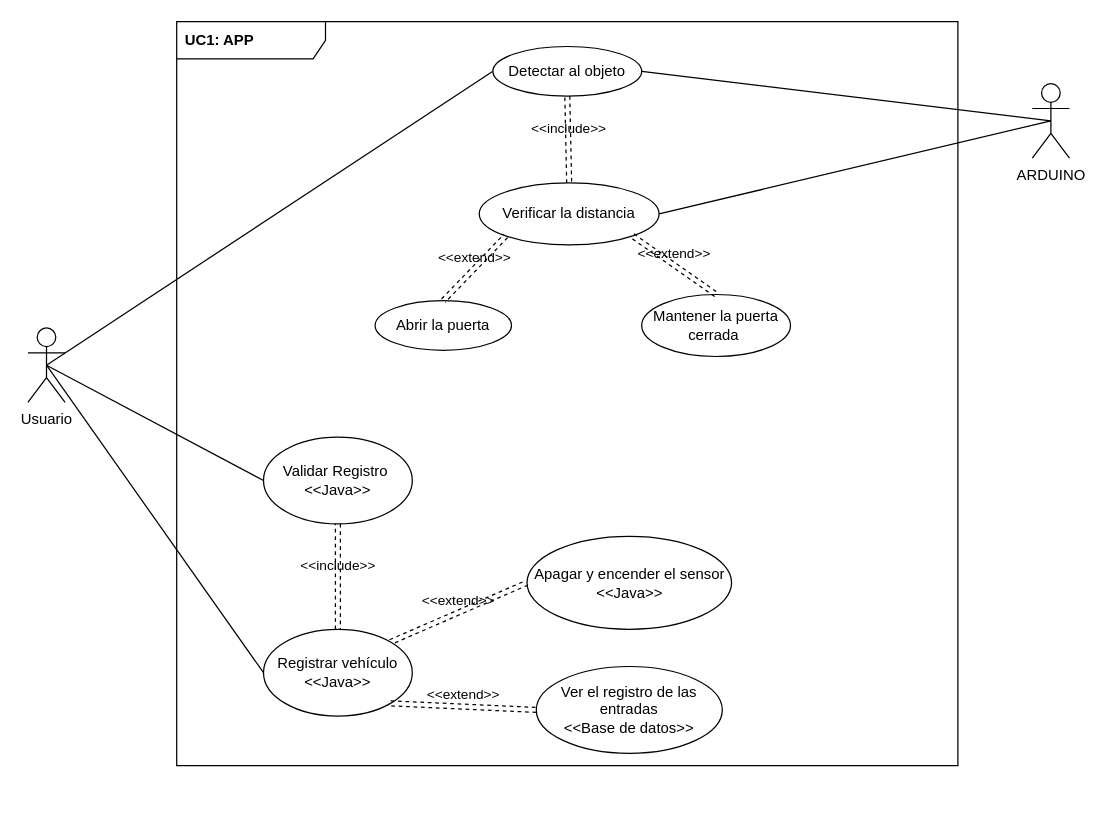
BrandonFreire/ProyectoBimestre keeps this draw.io diagram as lib/UC1.drawio. Above is the earlier version. Source tidied: cells renumbered, new cells numbered last; positions are measured from the earlier drawing's top-left corner, leaving out a move shared by most shapes. Both pictures are drawn from the tidied source at 124%, with x=0, y=0 at pixel (27, 21).
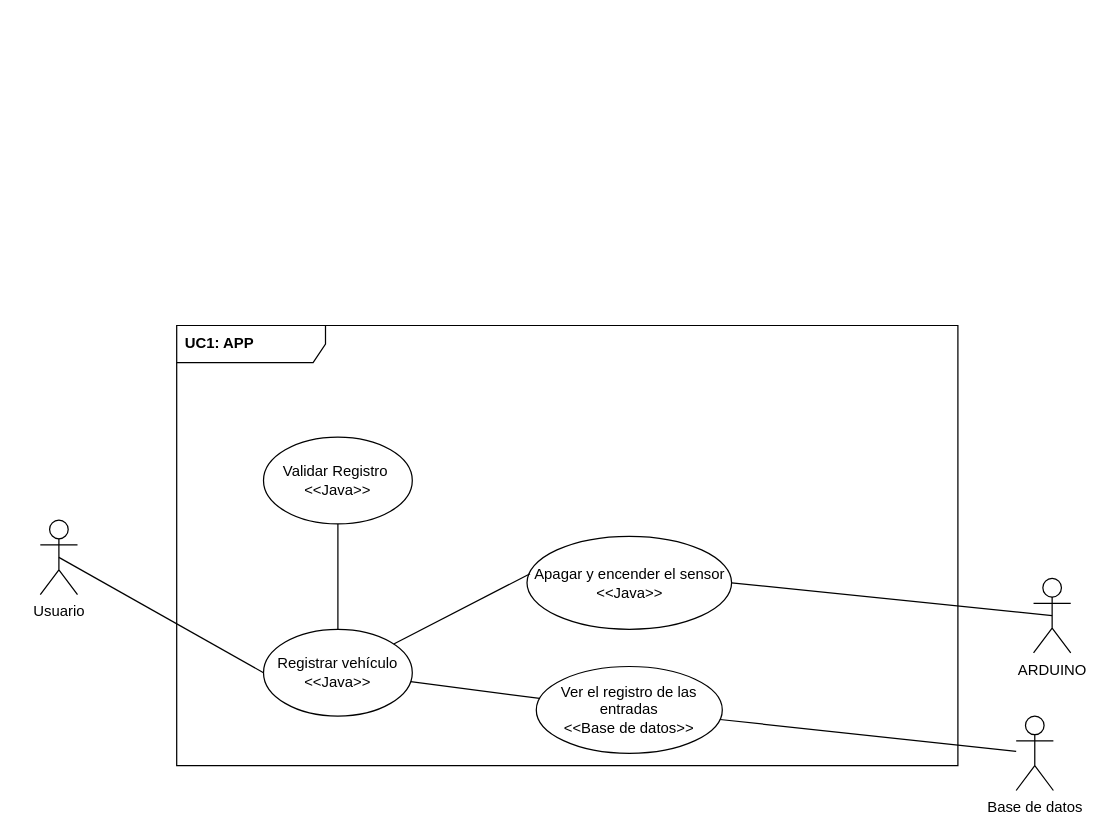
Above is the later version.

The change refers to these unchanged cells:
```xml
<mxCell id="12" value="&lt;span style=&quot;&quot;&gt;Registrar vehículo&lt;br&gt;&amp;lt;&amp;lt;Java&amp;gt;&amp;gt;&lt;br&gt;&lt;/span&gt;" style="ellipse;whiteSpace=wrap;html=1;" parent="1" vertex="1">
  <mxGeometry x="190" y="490" width="120" height="70" as="geometry" />
</mxCell>
<mxCell id="14" value="Ver el registro de las entradas&lt;br&gt;&amp;lt;&amp;lt;Base de datos&amp;gt;&amp;gt;" style="ellipse;whiteSpace=wrap;html=1;" parent="1" vertex="1">
  <mxGeometry x="410" y="520" width="150" height="70" as="geometry" />
</mxCell>
<mxCell id="15" value="&lt;span style=&quot;&quot;&gt;Apagar y encender el sensor&lt;br&gt;&amp;lt;&amp;lt;Java&amp;gt;&amp;gt;&lt;br&gt;&lt;/span&gt;" style="ellipse;whiteSpace=wrap;html=1;" parent="1" vertex="1">
  <mxGeometry x="402.5" y="415" width="165" height="75" as="geometry" />
</mxCell>
<mxCell id="16" value="&lt;span style=&quot;&quot;&gt;Validar Registro&amp;nbsp;&lt;br&gt;&amp;lt;&amp;lt;Java&amp;gt;&amp;gt;&lt;br&gt;&lt;/span&gt;" style="ellipse;whiteSpace=wrap;html=1;" parent="1" vertex="1">
  <mxGeometry x="190" y="335" width="120" height="70" as="geometry" />
</mxCell>
```

The edit, as a diff of the source:
```diff
@@
     <mxCell id="2" value="Usuario" style="shape=umlActor;verticalLabelPosition=bottom;verticalAlign=top;html=1;" parent="1" vertex="1">
-      <mxGeometry y="247" width="30" height="60" as="geometry" />
+      <mxGeometry x="10" y="402" width="30" height="60" as="geometry" />
     </mxCell>
-    <mxCell id="3" style="html=1;exitX=0.5;exitY=0.5;exitDx=0;exitDy=0;exitPerimeter=0;entryX=0;entryY=0.5;entryDx=0;entryDy=0;endArrow=none;endFill=0;" parent="1" edge="1" source="2" target="6">
-      <mxGeometry relative="1" as="geometry" />
-    </mxCell>
     <mxCell id="4" value="UC1: APP" style="shape=umlFrame;whiteSpace=wrap;html=1;width=120;height=30;boundedLbl=1;verticalAlign=middle;align=left;spacingLeft=5;fontStyle=1;" parent="1" vertex="1">
-      <mxGeometry x="120" width="630" height="600" as="geometry" />
+      <mxGeometry x="120" y="245" width="630" height="355" as="geometry" />
     </mxCell>
     <mxCell id="5" value="ARDUINO" style="shape=umlActor;verticalLabelPosition=bottom;verticalAlign=top;html=1;" parent="1" vertex="1">
-      <mxGeometry x="810" y="50" width="30" height="60" as="geometry" />
+      <mxGeometry x="811" y="449" width="30" height="60" as="geometry" />
     </mxCell>
-    <mxCell id="6" value="&lt;span style=&quot;&quot;&gt;Detectar al objeto&lt;/span&gt;" style="ellipse;whiteSpace=wrap;html=1;" parent="1" vertex="1">
-      <mxGeometry x="375" y="20" width="120" height="40" as="geometry" />
-    </mxCell>
-    <mxCell id="7" value="&lt;span style=&quot;&quot;&gt;Verificar la distancia&lt;/span&gt;" style="ellipse;whiteSpace=wrap;html=1;" parent="1" vertex="1">
-      <mxGeometry x="364" y="130" width="145" height="50" as="geometry" />
-    </mxCell>
-    <mxCell id="8" value="&amp;lt;&amp;lt;include&amp;gt;&amp;gt;" style="html=1;verticalAlign=bottom;labelBackgroundColor=none;endArrow=open;endFill=0;dashed=1;shape=link;exitX=0.5;exitY=1;exitDx=0;exitDy=0;entryX=0.5;entryY=0;entryDx=0;entryDy=0;" parent="1" edge="1" source="6" target="7">
-      <mxGeometry relative="1" as="geometry" />
-    </mxCell>
-    <mxCell id="9" style="html=1;exitX=1;exitY=0.5;exitDx=0;exitDy=0;entryX=0.5;entryY=0.5;entryDx=0;entryDy=0;endArrow=none;endFill=0;entryPerimeter=0;" parent="1" edge="1" source="7" target="5">
-      <mxGeometry relative="1" as="geometry" />
-    </mxCell>
-    <mxCell id="10" value="&amp;nbsp;Abrir la puerta&amp;nbsp;" style="ellipse;whiteSpace=wrap;html=1;" parent="1" vertex="1">
-      <mxGeometry x="280" y="225" width="110" height="40" as="geometry" />
-    </mxCell>
-    <mxCell id="11" value="&lt;span style=&quot;&quot;&gt;Mantener la puerta cerrada&amp;nbsp;&lt;/span&gt;" style="ellipse;whiteSpace=wrap;html=1;" parent="1" vertex="1">
-      <mxGeometry x="495" y="220" width="120" height="50" as="geometry" />
-    </mxCell>
@@
-    <mxCell id="17" value="&amp;lt;&amp;lt;extend&amp;gt;&amp;gt;" style="html=1;verticalAlign=bottom;labelBackgroundColor=none;endArrow=open;endFill=0;dashed=1;shape=link;exitX=0;exitY=0.5;exitDx=0;exitDy=0;entryX=1;entryY=0;entryDx=0;entryDy=0;" parent="1" edge="1" source="15" target="12">
-      <mxGeometry relative="1" as="geometry" />
-    </mxCell>
-    <mxCell id="18" value="&amp;lt;&amp;lt;extend&amp;gt;&amp;gt;" style="html=1;verticalAlign=bottom;labelBackgroundColor=none;endArrow=open;endFill=0;dashed=1;shape=link;exitX=0;exitY=0.5;exitDx=0;exitDy=0;entryX=1;entryY=1;entryDx=0;entryDy=0;" parent="1" edge="1" source="14" target="12">
-      <mxGeometry relative="1" as="geometry" />
-    </mxCell>
-    <mxCell id="19" style="html=1;exitX=0.5;exitY=0.5;exitDx=0;exitDy=0;exitPerimeter=0;entryX=0;entryY=0.5;entryDx=0;entryDy=0;endArrow=none;endFill=0;" parent="1" edge="1" source="2" target="16">
-      <mxGeometry relative="1" as="geometry" />
-    </mxCell>
-    <mxCell id="20" value="&amp;lt;&amp;lt;include&amp;gt;&amp;gt;" style="html=1;verticalAlign=bottom;labelBackgroundColor=none;endArrow=open;endFill=0;dashed=1;shape=link;entryX=0.5;entryY=0;entryDx=0;entryDy=0;exitX=0.5;exitY=1;exitDx=0;exitDy=0;" parent="1" edge="1" source="16" target="12">
-      <mxGeometry relative="1" as="geometry" />
-    </mxCell>
-    <mxCell id="21" style="html=1;exitX=1;exitY=0.5;exitDx=0;exitDy=0;entryX=0.5;entryY=0.5;entryDx=0;entryDy=0;endArrow=none;endFill=0;entryPerimeter=0;" parent="1" edge="1" source="6" target="5">
+    <mxCell id="21" style="html=1;exitX=1;exitY=0.5;exitDx=0;exitDy=0;entryX=0.5;entryY=0.5;entryDx=0;entryDy=0;endArrow=none;endFill=0;entryPerimeter=0;" parent="1" edge="1" source="15" target="5">
       <mxGeometry relative="1" as="geometry" />
     </mxCell>
-    <mxCell id="22" value="&amp;lt;&amp;lt;extend&amp;gt;&amp;gt;" style="html=1;verticalAlign=bottom;labelBackgroundColor=none;endArrow=open;endFill=0;dashed=1;shape=link;exitX=0;exitY=1;exitDx=0;exitDy=0;entryX=0.5;entryY=0;entryDx=0;entryDy=0;" parent="1" edge="1" source="7" target="10">
-      <mxGeometry relative="1" as="geometry" />
-    </mxCell>
-    <mxCell id="23" value="&amp;lt;&amp;lt;extend&amp;gt;&amp;gt;" style="html=1;verticalAlign=bottom;labelBackgroundColor=none;endArrow=open;endFill=0;dashed=1;shape=link;exitX=1;exitY=1;exitDx=0;exitDy=0;entryX=0.5;entryY=0;entryDx=0;entryDy=0;" parent="1" edge="1" source="7" target="11">
-      <mxGeometry relative="1" as="geometry" />
-    </mxCell>
+    <mxCell id="24" style="html=1;endArrow=none;endFill=0;entryX=0.015;entryY=0.402;entryDx=0;entryDy=0;entryPerimeter=0;" parent="1" edge="1" source="12" target="15">
+      <mxGeometry relative="1" as="geometry" />
+    </mxCell>
+    <mxCell id="25" style="html=1;endArrow=none;endFill=0;" parent="1" edge="1" source="12" target="14">
+      <mxGeometry relative="1" as="geometry" />
+    </mxCell>
+    <mxCell id="26" style="html=1;endArrow=none;endFill=0;" parent="1" edge="1" source="12" target="16">
+      <mxGeometry relative="1" as="geometry" />
+    </mxCell>
+    <mxCell id="27" value="Base de datos" style="shape=umlActor;verticalLabelPosition=bottom;verticalAlign=top;html=1;" parent="1" vertex="1">
+      <mxGeometry x="797" y="560" width="30" height="60" as="geometry" />
+    </mxCell>
+    <mxCell id="28" style="html=1;endArrow=none;endFill=0;" parent="1" edge="1" source="14" target="27">
+      <mxGeometry relative="1" as="geometry" />
+    </mxCell>
```
